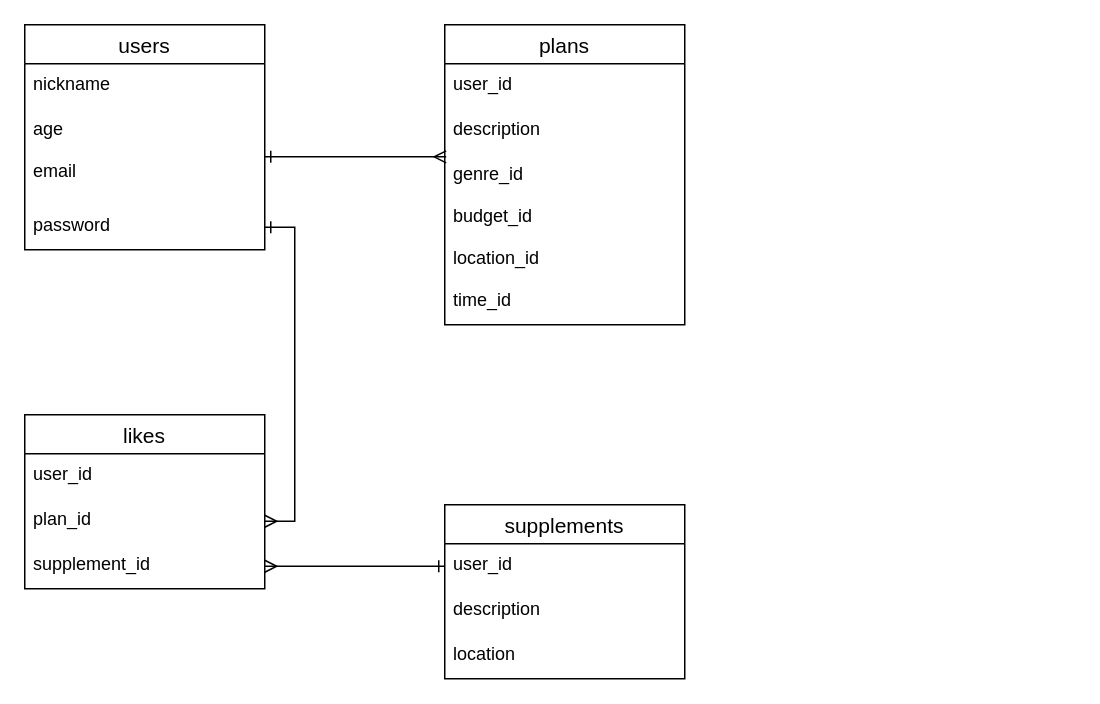
The draw.io diagram er.dio in maradonamania/entertain_yourself, before the edit. Source tidied: cells renumbered, new cells numbered last; positions are measured from the earlier drawing's top-left corner, leaving out a move shared by most shapes. Both pictures are drawn from the tidied source at 150%, with x=0, y=0 at pixel (24, 24).
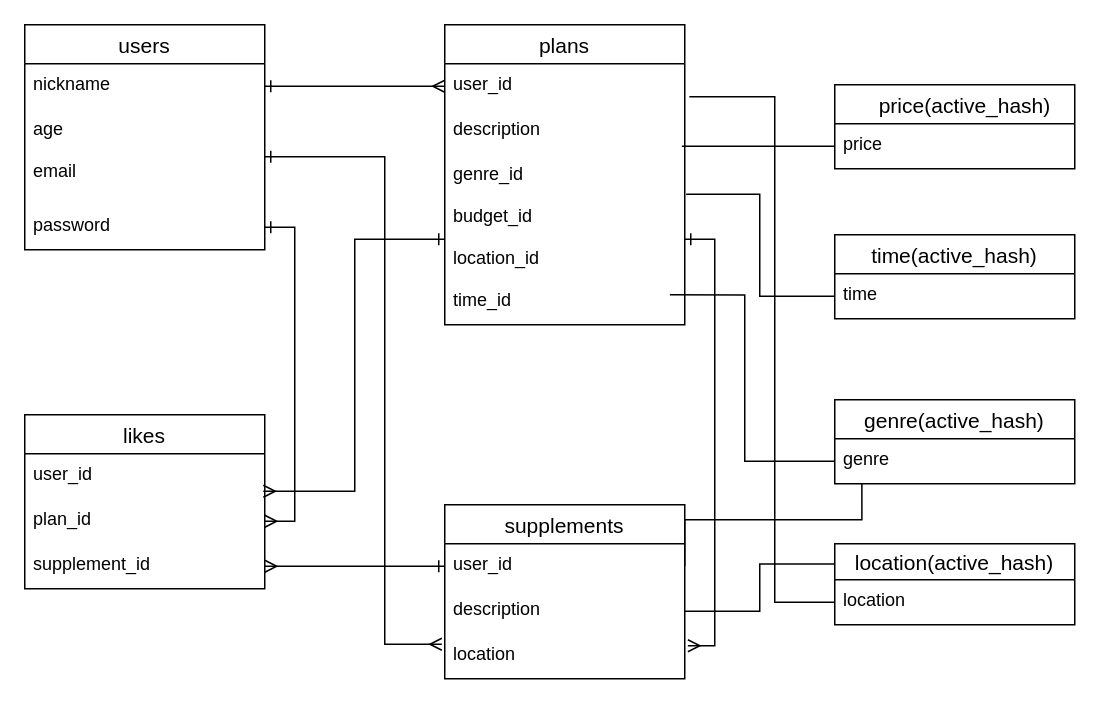
The same diagram, later.

Unchanged cells that the change refers to:
```xml
<mxCell id="3" value="nickname" style="text;strokeColor=none;fillColor=none;spacingLeft=4;spacingRight=4;overflow=hidden;points=[[0,0.5],[1,0.5]];portConstraint=eastwest;fontSize=12;" parent="2" vertex="1">
  <mxGeometry y="26" width="160" height="30" as="geometry" />
</mxCell>
<mxCell id="4" value="age&#10;&#10;email" style="text;strokeColor=none;fillColor=none;spacingLeft=4;spacingRight=4;overflow=hidden;points=[[0,0.5],[1,0.5]];portConstraint=eastwest;fontSize=12;" parent="2" vertex="1">
  <mxGeometry y="56" width="160" height="64" as="geometry" />
</mxCell>
<mxCell id="7" value="user_id" style="text;strokeColor=none;fillColor=none;spacingLeft=4;spacingRight=4;overflow=hidden;points=[[0,0.5],[1,0.5]];portConstraint=eastwest;fontSize=12;" parent="6" vertex="1">
  <mxGeometry y="26" width="160" height="30" as="geometry" />
</mxCell>
<mxCell id="9" value="genre_id&#10;&#10;budget_id&#10;&#10;location_id&#10;&#10;time_id&#10;&#10;" style="text;strokeColor=none;fillColor=none;spacingLeft=4;spacingRight=4;overflow=hidden;points=[[0,0.5],[1,0.5]];portConstraint=eastwest;fontSize=12;" parent="6" vertex="1">
  <mxGeometry y="86" width="160" height="114" as="geometry" />
</mxCell>
<mxCell id="11" value="user_id" style="text;strokeColor=none;fillColor=none;spacingLeft=4;spacingRight=4;overflow=hidden;points=[[0,0.5],[1,0.5]];portConstraint=eastwest;fontSize=12;" parent="10" vertex="1">
  <mxGeometry y="26" width="160" height="30" as="geometry" />
</mxCell>
<mxCell id="12" value="description" style="text;strokeColor=none;fillColor=none;spacingLeft=4;spacingRight=4;overflow=hidden;points=[[0,0.5],[1,0.5]];portConstraint=eastwest;fontSize=12;" parent="10" vertex="1">
  <mxGeometry y="56" width="160" height="30" as="geometry" />
</mxCell>
<mxCell id="13" value="location" style="text;strokeColor=none;fillColor=none;spacingLeft=4;spacingRight=4;overflow=hidden;points=[[0,0.5],[1,0.5]];portConstraint=eastwest;fontSize=12;" parent="10" vertex="1">
  <mxGeometry y="86" width="160" height="30" as="geometry" />
</mxCell>
<mxCell id="15" value="user_id" style="text;strokeColor=none;fillColor=none;spacingLeft=4;spacingRight=4;overflow=hidden;points=[[0,0.5],[1,0.5]];portConstraint=eastwest;fontSize=12;" parent="14" vertex="1">
  <mxGeometry y="26" width="160" height="30" as="geometry" />
</mxCell>
```

What changed in the source:
```diff
@@
-    <mxCell id="18" style="edgeStyle=orthogonalEdgeStyle;rounded=0;jettySize=auto;html=1;exitX=1;exitY=0.5;exitDx=0;exitDy=0;entryX=0.006;entryY=0.018;entryDx=0;entryDy=0;entryPerimeter=0;endArrow=ERmany;endFill=0;startArrow=ERone;startFill=0;" parent="1" edge="1" source="4" target="9">
-      <mxGeometry relative="1" as="geometry" />
-    </mxCell>
@@
+    <mxCell id="21" style="edgeStyle=orthogonalEdgeStyle;rounded=0;jettySize=auto;html=1;exitX=1;exitY=0.5;exitDx=0;exitDy=0;entryX=1.013;entryY=0.267;entryDx=0;entryDy=0;entryPerimeter=0;startArrow=ERone;startFill=0;endArrow=ERmany;endFill=0;" parent="1" edge="1" source="9" target="13">
+      <mxGeometry relative="1" as="geometry" />
+    </mxCell>
+    <mxCell id="22" style="edgeStyle=orthogonalEdgeStyle;rounded=0;jettySize=auto;html=1;exitX=1;exitY=0.5;exitDx=0;exitDy=0;entryX=0;entryY=0.5;entryDx=0;entryDy=0;startArrow=ERone;startFill=0;endArrow=ERmany;endFill=0;" parent="1" edge="1" source="3" target="7">
+      <mxGeometry relative="1" as="geometry" />
+    </mxCell>
+    <mxCell id="23" style="edgeStyle=orthogonalEdgeStyle;rounded=0;jettySize=auto;html=1;entryX=-0.012;entryY=0.233;entryDx=0;entryDy=0;entryPerimeter=0;startArrow=ERone;startFill=0;endArrow=ERmany;endFill=0;" parent="1" edge="1" source="4" target="13">
+      <mxGeometry relative="1" as="geometry">
+        <Array as="points">
+          <mxPoint x="240" y="88" />
+          <mxPoint x="240" y="413" />
+        </Array>
+      </mxGeometry>
+    </mxCell>
+    <mxCell id="24" style="edgeStyle=orthogonalEdgeStyle;rounded=0;jettySize=auto;html=1;exitX=0;exitY=0.5;exitDx=0;exitDy=0;entryX=0.994;entryY=0.833;entryDx=0;entryDy=0;entryPerimeter=0;startArrow=ERone;startFill=0;endArrow=ERmany;endFill=0;" parent="1" edge="1" source="9" target="15">
+      <mxGeometry relative="1" as="geometry" />
+    </mxCell>
+    <mxCell id="25" value="　price(active_hash)" style="swimlane;fontStyle=0;horizontal=1;startSize=26;align=center;fontSize=14;" parent="1" vertex="1">
+      <mxGeometry x="540" y="40" width="160" height="56" as="geometry" />
+    </mxCell>
+    <mxCell id="26" value="price" style="text;strokeColor=none;fillColor=none;spacingLeft=4;spacingRight=4;overflow=hidden;points=[[0,0.5],[1,0.5]];portConstraint=eastwest;fontSize=12;" parent="25" vertex="1">
+      <mxGeometry y="26" width="160" height="30" as="geometry" />
+    </mxCell>
+    <mxCell id="27" value="time(active_hash)" style="swimlane;fontStyle=0;horizontal=1;startSize=26;align=center;fontSize=14;" parent="1" vertex="1">
+      <mxGeometry x="540" y="140" width="160" height="56" as="geometry" />
+    </mxCell>
+    <mxCell id="28" value="time" style="text;strokeColor=none;fillColor=none;spacingLeft=4;spacingRight=4;overflow=hidden;points=[[0,0.5],[1,0.5]];portConstraint=eastwest;fontSize=12;" parent="27" vertex="1">
+      <mxGeometry y="26" width="160" height="30" as="geometry" />
+    </mxCell>
+    <mxCell id="29" value="genre(active_hash)" style="swimlane;fontStyle=0;horizontal=1;startSize=26;align=center;fontSize=14;" parent="1" vertex="1">
+      <mxGeometry x="540" y="250" width="160" height="56" as="geometry" />
+    </mxCell>
+    <mxCell id="30" value="genre" style="text;strokeColor=none;fillColor=none;spacingLeft=4;spacingRight=4;overflow=hidden;points=[[0,0.5],[1,0.5]];portConstraint=eastwest;fontSize=12;" parent="29" vertex="1">
+      <mxGeometry y="26" width="160" height="30" as="geometry" />
+    </mxCell>
+    <mxCell id="31" value="location(active_hash)" style="swimlane;fontStyle=0;horizontal=1;startSize=24;align=center;fontSize=14;" parent="1" vertex="1">
+      <mxGeometry x="540" y="346" width="160" height="54" as="geometry" />
+    </mxCell>
+    <mxCell id="32" value="location" style="text;strokeColor=none;fillColor=none;spacingLeft=4;spacingRight=4;overflow=hidden;points=[[0,0.5],[1,0.5]];portConstraint=eastwest;fontSize=12;" parent="31" vertex="1">
+      <mxGeometry y="24" width="160" height="30" as="geometry" />
+    </mxCell>
+    <mxCell id="33" style="edgeStyle=orthogonalEdgeStyle;rounded=0;jettySize=auto;html=1;exitX=0;exitY=0.5;exitDx=0;exitDy=0;entryX=0.988;entryY=-0.044;entryDx=0;entryDy=0;entryPerimeter=0;startArrow=none;startFill=0;endArrow=none;endFill=0;" parent="1" edge="1" source="26" target="9">
+      <mxGeometry relative="1" as="geometry" />
+    </mxCell>
+    <mxCell id="34" style="edgeStyle=orthogonalEdgeStyle;rounded=0;jettySize=auto;html=1;exitX=0;exitY=0.5;exitDx=0;exitDy=0;entryX=1.006;entryY=0.237;entryDx=0;entryDy=0;entryPerimeter=0;startArrow=none;startFill=0;endArrow=none;endFill=0;" parent="1" edge="1" source="28" target="9">
+      <mxGeometry relative="1" as="geometry" />
+    </mxCell>
+    <mxCell id="35" style="edgeStyle=orthogonalEdgeStyle;rounded=0;jettySize=auto;html=1;exitX=0;exitY=0.5;exitDx=0;exitDy=0;entryX=0.938;entryY=0.825;entryDx=0;entryDy=0;entryPerimeter=0;startArrow=none;startFill=0;endArrow=none;endFill=0;" parent="1" edge="1" source="30" target="9">
+      <mxGeometry relative="1" as="geometry">
+        <Array as="points">
+          <mxPoint x="480" y="291" />
+          <mxPoint x="480" y="180" />
+        </Array>
+      </mxGeometry>
+    </mxCell>
+    <mxCell id="36" style="edgeStyle=orthogonalEdgeStyle;rounded=0;jettySize=auto;html=1;exitX=0;exitY=0.5;exitDx=0;exitDy=0;entryX=1.019;entryY=0.733;entryDx=0;entryDy=0;entryPerimeter=0;startArrow=none;startFill=0;endArrow=none;endFill=0;" parent="1" edge="1" source="32" target="7">
+      <mxGeometry relative="1" as="geometry">
+        <Array as="points">
+          <mxPoint x="500" y="385" />
+          <mxPoint x="500" y="48" />
+        </Array>
+      </mxGeometry>
+    </mxCell>
+    <mxCell id="37" style="edgeStyle=orthogonalEdgeStyle;rounded=0;jettySize=auto;html=1;exitX=1;exitY=0.5;exitDx=0;exitDy=0;entryX=0;entryY=0.25;entryDx=0;entryDy=0;startArrow=none;startFill=0;endArrow=none;endFill=0;" parent="1" edge="1" source="12" target="31">
+      <mxGeometry relative="1" as="geometry" />
+    </mxCell>
+    <mxCell id="38" style="edgeStyle=orthogonalEdgeStyle;rounded=0;jettySize=auto;html=1;exitX=1;exitY=0.5;exitDx=0;exitDy=0;entryX=0.113;entryY=1;entryDx=0;entryDy=0;entryPerimeter=0;startArrow=none;startFill=0;endArrow=none;endFill=0;" parent="1" edge="1" source="11" target="30">
+      <mxGeometry relative="1" as="geometry">
+        <Array as="points">
+          <mxPoint x="440" y="330" />
+          <mxPoint x="558" y="330" />
+        </Array>
+      </mxGeometry>
+    </mxCell>
```
